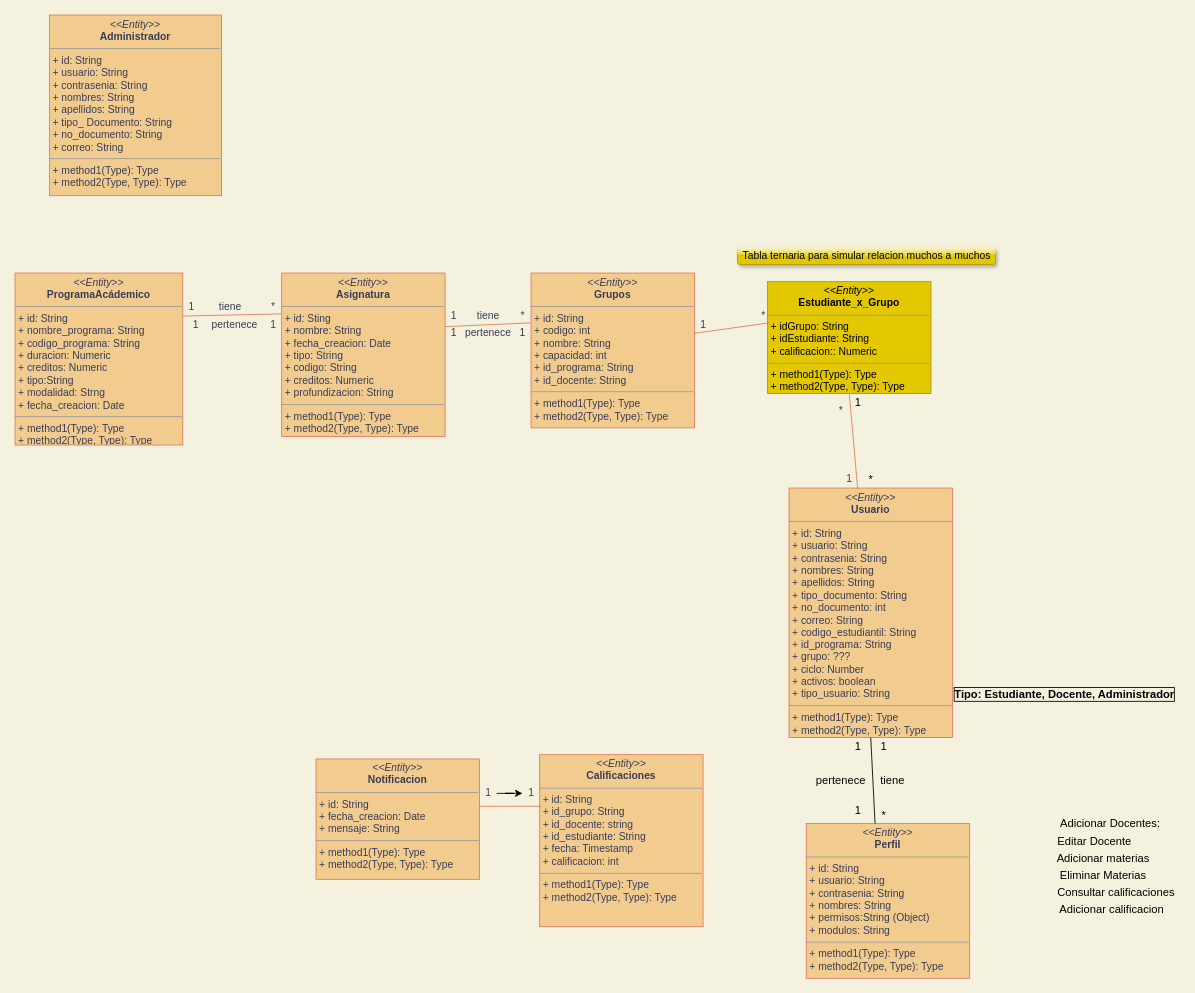
Above: Diagramas/Clases mejorado.drawio in williamvargas7/Ciclo4Personal (draw.io), before the change. Source tidied: cells renumbered, new cells numbered last; positions are measured from the earlier drawing's top-left corner, leaving out a move shared by most shapes. Both pictures are drawn from the tidied source at 86%, with x=0, y=0 at pixel (15, 15).
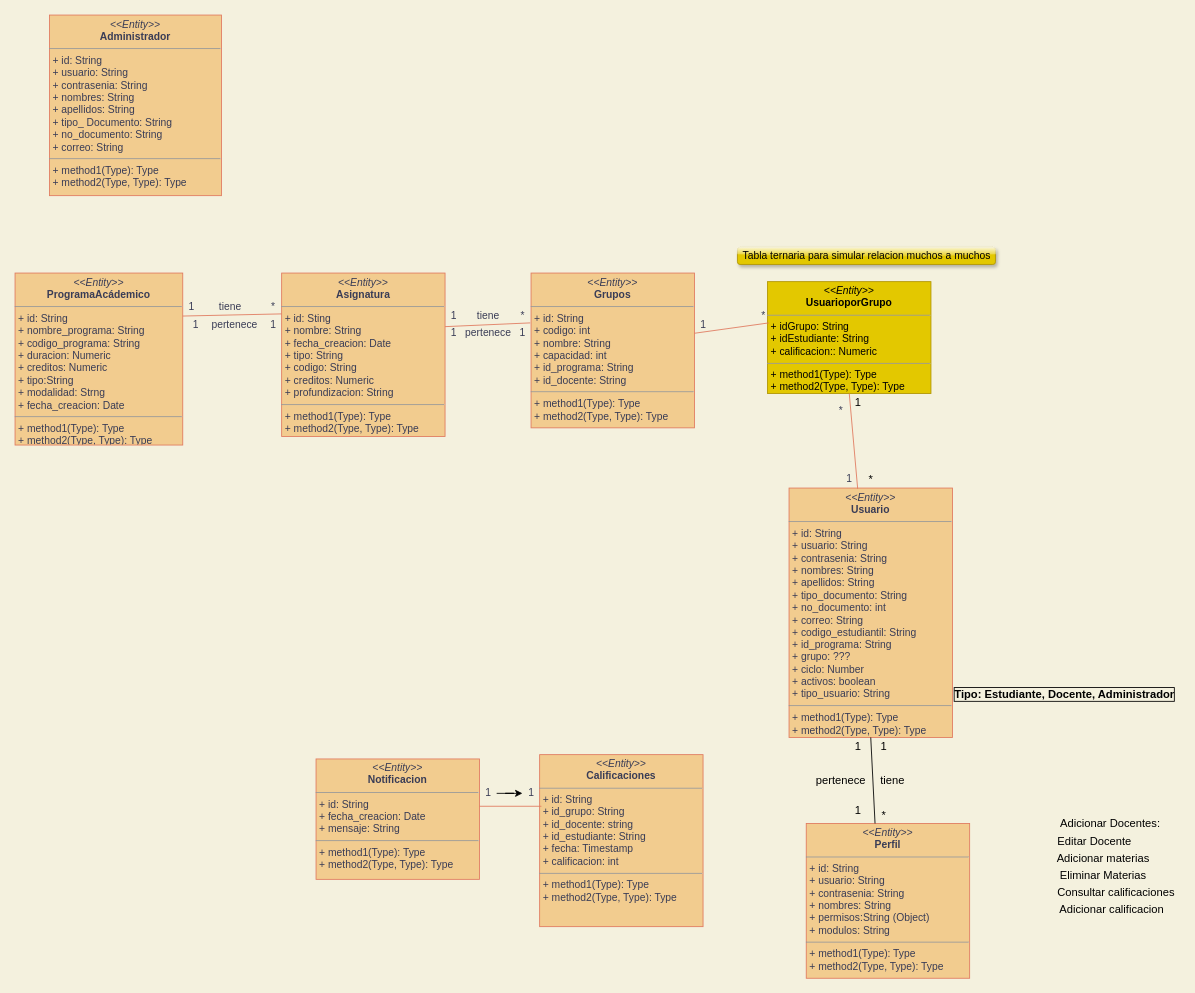
After the change.

Commit message:
Creacion de modelos y relacion muchos a muchos

Change to the diagram source:
```diff
@@
-    <mxCell id="24" value="&lt;p style=&quot;margin: 0px ; margin-top: 4px ; text-align: center&quot;&gt;&lt;i&gt;&amp;lt;&amp;lt;Entity&amp;gt;&amp;gt;&lt;/i&gt;&lt;br&gt;&lt;b&gt;Estudiante_x_Grupo&lt;/b&gt;&lt;/p&gt;&lt;hr size=&quot;1&quot;&gt;&lt;p style=&quot;margin: 0px ; margin-left: 4px&quot;&gt;&lt;span style=&quot;text-align: center&quot;&gt;+ idGrupo: String&lt;/span&gt;&lt;br style=&quot;text-align: center&quot;&gt;&lt;span style=&quot;text-align: center&quot;&gt;+ idEstudiante: String&lt;/span&gt;&lt;br&gt;&lt;/p&gt;&lt;p style=&quot;margin: 0px ; margin-left: 4px&quot;&gt;+ calificacion:: Numeric&lt;span style=&quot;text-align: center&quot;&gt;&lt;br&gt;&lt;/span&gt;&lt;/p&gt;&lt;hr size=&quot;1&quot;&gt;&lt;p style=&quot;margin: 0px ; margin-left: 4px&quot;&gt;+ method1(Type): Type&lt;br&gt;+ method2(Type, Type): Type&lt;/p&gt;&lt;p style=&quot;margin: 0px ; margin-left: 4px&quot;&gt;&lt;br&gt;&lt;/p&gt;" style="verticalAlign=top;align=left;overflow=fill;fontSize=12;fontFamily=Helvetica;html=1;fillColor=#e3c800;strokeColor=#B09500;fontColor=#000000;rounded=0;shadow=0;sketch=0;glass=0;" parent="1" vertex="1">
+    <mxCell id="24" value="&lt;p style=&quot;margin: 0px ; margin-top: 4px ; text-align: center&quot;&gt;&lt;i&gt;&amp;lt;&amp;lt;Entity&amp;gt;&amp;gt;&lt;/i&gt;&lt;br&gt;&lt;b&gt;UsuarioporGrupo&lt;/b&gt;&lt;/p&gt;&lt;hr size=&quot;1&quot;&gt;&lt;p style=&quot;margin: 0px ; margin-left: 4px&quot;&gt;&lt;span style=&quot;text-align: center&quot;&gt;+ idGrupo: String&lt;/span&gt;&lt;br style=&quot;text-align: center&quot;&gt;&lt;span style=&quot;text-align: center&quot;&gt;+ idEstudiante: String&lt;/span&gt;&lt;br&gt;&lt;/p&gt;&lt;p style=&quot;margin: 0px ; margin-left: 4px&quot;&gt;+ calificacion:: Numeric&lt;span style=&quot;text-align: center&quot;&gt;&lt;br&gt;&lt;/span&gt;&lt;/p&gt;&lt;hr size=&quot;1&quot;&gt;&lt;p style=&quot;margin: 0px ; margin-left: 4px&quot;&gt;+ method1(Type): Type&lt;br&gt;+ method2(Type, Type): Type&lt;/p&gt;&lt;p style=&quot;margin: 0px ; margin-left: 4px&quot;&gt;&lt;br&gt;&lt;/p&gt;" style="verticalAlign=top;align=left;overflow=fill;fontSize=12;fontFamily=Helvetica;html=1;fillColor=#e3c800;strokeColor=#B09500;fontColor=#000000;rounded=0;shadow=0;sketch=0;glass=0;" parent="1" vertex="1">
       <mxGeometry x="875" y="310" width="190" height="130" as="geometry" />
     </mxCell>
```
